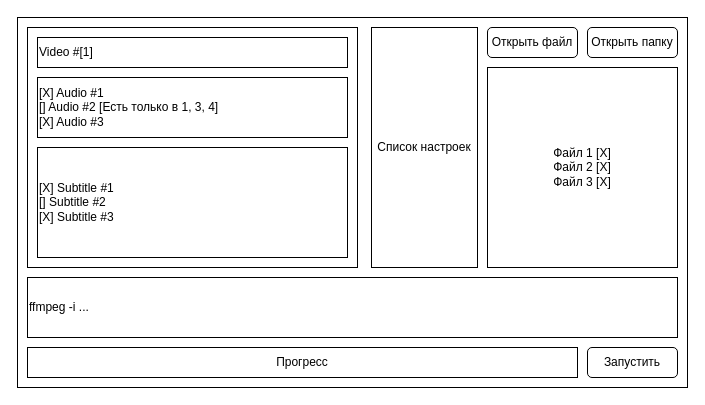
Above: other_files/Дизайн.drawio in Sergey207/FilmCompressor (draw.io), before the change. Source tidied: cells renumbered, new cells numbered last; positions are measured from the earlier drawing's top-left corner, leaving out a move shared by most shapes. Both pictures are drawn from the tidied source at 100%, with x=0, y=0 at pixel (17, 17).
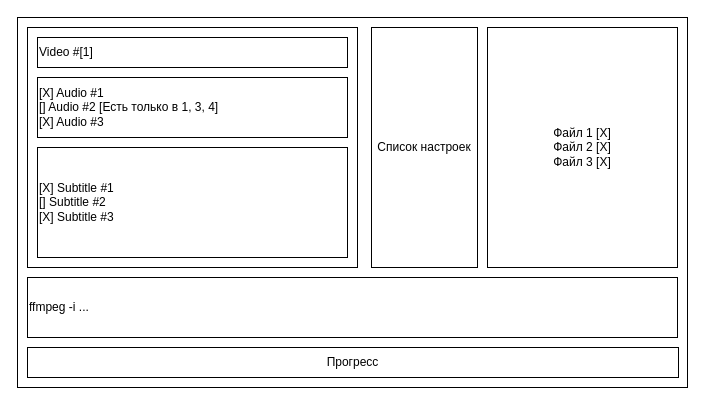
After the change.

Change to the diagram source:
```diff
@@
 <mxGraphModel>
   <root>
     <mxCell id="0" />
     <mxCell id="1" parent="0" />
     <mxCell id="2" style="rounded=0;whiteSpace=wrap;html=1;" parent="1" vertex="1">
       <mxGeometry width="670" height="370" as="geometry" />
     </mxCell>
     <mxCell id="3" style="rounded=0;whiteSpace=wrap;html=1;" parent="1" vertex="1">
       <mxGeometry x="10" y="10" width="330" height="240" as="geometry" />
     </mxCell>
     <mxCell id="4" value="[X] Audio #1&lt;div&gt;[] Audio #2 [Есть только в 1, 3, 4]&lt;/div&gt;&lt;div&gt;[X] Audio #3&lt;/div&gt;" style="rounded=0;whiteSpace=wrap;html=1;align=left;" parent="1" vertex="1">
       <mxGeometry x="20" y="60" width="310" height="60" as="geometry" />
     </mxCell>
     <mxCell id="5" value="&lt;span style=&quot;&quot;&gt;[X]&amp;nbsp;&lt;/span&gt;&lt;span style=&quot;&quot;&gt;Subtitle&lt;/span&gt;&lt;span style=&quot;&quot;&gt;&amp;nbsp;#1&lt;/span&gt;&lt;div style=&quot;&quot;&gt;[]&amp;nbsp;&lt;span style=&quot;background-color: transparent; color: light-dark(rgb(0, 0, 0), rgb(255, 255, 255));&quot;&gt;Subtitle&lt;/span&gt;&lt;span style=&quot;background-color: transparent; color: light-dark(rgb(0, 0, 0), rgb(255, 255, 255));&quot;&gt;&amp;nbsp;#2&lt;/span&gt;&lt;/div&gt;&lt;div style=&quot;&quot;&gt;[X] Subtitle #3&lt;/div&gt;" style="rounded=0;whiteSpace=wrap;html=1;align=left;" parent="1" vertex="1">
       <mxGeometry x="20" y="130" width="310" height="110" as="geometry" />
     </mxCell>
     <mxCell id="6" value="Список настроек" style="rounded=0;whiteSpace=wrap;html=1;" parent="1" vertex="1">
       <mxGeometry x="354" y="10" width="106" height="240" as="geometry" />
     </mxCell>
     <mxCell id="7" value="Video #[1]" style="rounded=0;whiteSpace=wrap;html=1;align=left;" parent="1" vertex="1">
       <mxGeometry x="20" y="20" width="310" height="30" as="geometry" />
     </mxCell>
     <mxCell id="8" value="ffmpeg -i ..." style="rounded=0;whiteSpace=wrap;html=1;align=left;" parent="1" vertex="1">
       <mxGeometry x="10" y="260" width="650" height="60" as="geometry" />
     </mxCell>
     <mxCell id="9" value="Файл 1 [X]&lt;div&gt;Файл 2 [X]&lt;/div&gt;&lt;div&gt;Файл 3 [X]&lt;/div&gt;" style="rounded=0;whiteSpace=wrap;html=1;" parent="1" vertex="1">
-      <mxGeometry x="470" y="50" width="190" height="200" as="geometry" />
+      <mxGeometry x="470" y="10" width="190" height="240" as="geometry" />
     </mxCell>
-    <mxCell id="10" value="Открыть файл" style="rounded=1;whiteSpace=wrap;html=1;" parent="1" vertex="1">
-      <mxGeometry x="470" y="10" width="90" height="30" as="geometry" />
-    </mxCell>
-    <mxCell id="11" value="Открыть папку" style="rounded=1;whiteSpace=wrap;html=1;" parent="1" vertex="1">
-      <mxGeometry x="570" y="10" width="90" height="30" as="geometry" />
-    </mxCell>
-    <mxCell id="12" value="Запустить" style="rounded=1;whiteSpace=wrap;html=1;" parent="1" vertex="1">
-      <mxGeometry x="570" y="330" width="90" height="30" as="geometry" />
-    </mxCell>
     <mxCell id="13" value="Прогресс" style="rounded=0;whiteSpace=wrap;html=1;" parent="1" vertex="1">
-      <mxGeometry x="10" y="330" width="550" height="30" as="geometry" />
+      <mxGeometry x="10" y="330" width="651" height="30" as="geometry" />
     </mxCell>
   </root>
 </mxGraphModel>
```
